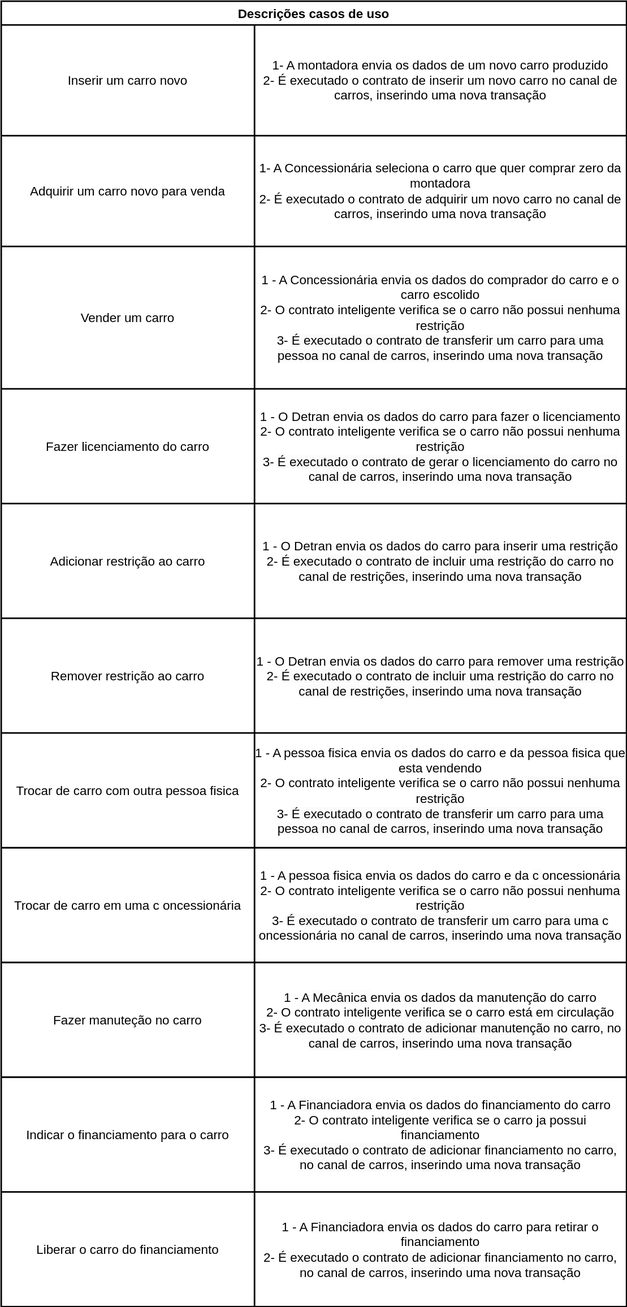
The draw.io diagram docs/diagrams/uml/use_cases_descriptions.drawio.svg in yurihartmann/car_lifes_cycle_hyperledger_fabric, before a commit. Source tidied: cells renumbered, new cells last; positions are measured from the earlier drawing's top-left corner, leaving out a move shared by most shapes.
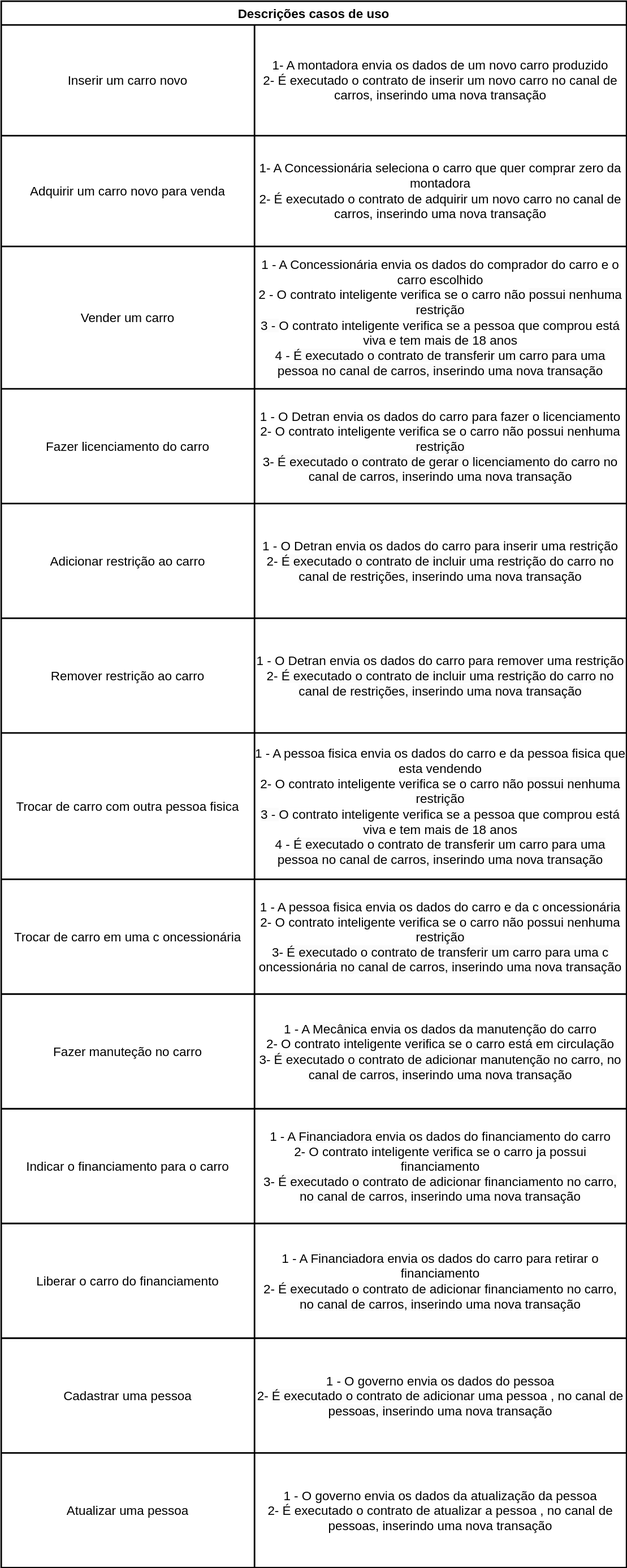
After the commit.

Change to the diagram source:
```diff
@@ -3,7 +3,7 @@
     <mxCell id="0" />
     <mxCell id="1" parent="0" />
     <mxCell id="2" value="Descrições casos de uso" style="shape=table;startSize=30;fontStyle=1;align=center;fontSize=16;fillStyle=auto;strokeWidth=2;" parent="1" vertex="1">
-      <mxGeometry width="790" height="1650" as="geometry" />
+      <mxGeometry width="790" height="1980" as="geometry" />
     </mxCell>
     <mxCell id="3" style="shape=tableRow;horizontal=0;startSize=0;swimlaneHead=0;swimlaneBody=0;top=0;left=0;bottom=0;right=0;fillColor=none;fontSize=16;" parent="2" vertex="1">
       <mxGeometry y="30" width="790" height="140" as="geometry" />
@@ -29,7 +29,7 @@
     <mxCell id="10" value="Vender um carro" style="shape=partialRectangle;html=1;whiteSpace=wrap;fillColor=none;top=0;left=0;bottom=0;right=0;overflow=hidden;fontSize=16;" parent="9" vertex="1">
       <mxGeometry width="320" height="180" as="geometry" />
     </mxCell>
-    <mxCell id="11" value="1 - A&amp;nbsp;&lt;span style=&quot;border-color: var(--border-color); background-color: rgb(255, 255, 255);&quot;&gt;Concessionária envia os dados do comprador do carro e o carro escolido&lt;br&gt;2- O contrato inteligente verifica se o carro não&amp;nbsp;&lt;span style=&quot;background-color: rgb(251, 251, 251);&quot;&gt;possui nenhuma restrição&lt;br&gt;&lt;/span&gt;3-&amp;nbsp;&lt;span style=&quot;background-color: rgb(251, 251, 251);&quot;&gt;É executado o contrato de transferir um carro para uma pessoa no canal de carros, inserindo uma nova transação&lt;/span&gt;&lt;br&gt;&lt;/span&gt;" style="shape=partialRectangle;html=1;whiteSpace=wrap;fillColor=none;top=0;left=0;bottom=0;right=0;overflow=hidden;fontSize=16;" parent="9" vertex="1">
+    <mxCell id="11" value="1 - A&amp;nbsp;&lt;span style=&quot;border-color: var(--border-color); background-color: rgb(255, 255, 255);&quot;&gt;Concessionária envia os dados do comprador do carro e o carro escolhido&lt;br&gt;2 - O contrato inteligente verifica se o carro não&amp;nbsp;&lt;span style=&quot;background-color: rgb(251, 251, 251);&quot;&gt;possui nenhuma restrição&lt;br&gt;3 -&amp;nbsp;&lt;/span&gt;O contrato inteligente verifica se a pessoa que comprou está viva e tem mais de 18 anos&lt;span style=&quot;background-color: rgb(251, 251, 251);&quot;&gt;&lt;br&gt;&lt;/span&gt;4 -&amp;nbsp;&lt;span style=&quot;background-color: rgb(251, 251, 251);&quot;&gt;É executado o contrato de transferir um carro para uma pessoa no canal de carros, inserindo uma nova transação&lt;/span&gt;&lt;br&gt;&lt;/span&gt;" style="shape=partialRectangle;html=1;whiteSpace=wrap;fillColor=none;top=0;left=0;bottom=0;right=0;overflow=hidden;fontSize=16;" parent="9" vertex="1">
       <mxGeometry x="320" width="470" height="180" as="geometry" />
     </mxCell>
     <mxCell id="12" style="shape=tableRow;horizontal=0;startSize=0;swimlaneHead=0;swimlaneBody=0;top=0;left=0;bottom=0;right=0;fillColor=none;fontSize=16;" parent="2" vertex="1">
@@ -60,16 +60,16 @@
       <mxGeometry x="320" width="470" height="145" as="geometry" />
     </mxCell>
     <mxCell id="21" style="shape=tableRow;horizontal=0;startSize=0;swimlaneHead=0;swimlaneBody=0;top=0;left=0;bottom=0;right=0;fillColor=none;fontSize=16;" parent="2" vertex="1">
-      <mxGeometry y="925" width="790" height="145" as="geometry" />
+      <mxGeometry y="925" width="790" height="185" as="geometry" />
     </mxCell>
     <mxCell id="22" value="Trocar de carro com outra pessoa fisica" style="shape=partialRectangle;html=1;whiteSpace=wrap;fillColor=none;top=0;left=0;bottom=0;right=0;overflow=hidden;fontSize=16;" parent="21" vertex="1">
-      <mxGeometry width="320" height="145" as="geometry" />
+      <mxGeometry width="320" height="185" as="geometry" />
     </mxCell>
-    <mxCell id="23" value="1 - A pessoa fisica&lt;span style=&quot;border-color: var(--border-color); background-color: rgb(255, 255, 255);&quot;&gt;&amp;nbsp;envia os dados do carro e da pessoa fisica que esta vendendo&lt;span style=&quot;border-color: var(--border-color); background-color: rgb(251, 251, 251);&quot;&gt;&lt;br style=&quot;border-color: var(--border-color);&quot;&gt;&lt;/span&gt;2- O contrato inteligente verifica se o carro não&amp;nbsp;&lt;span style=&quot;border-color: var(--border-color); background-color: rgb(251, 251, 251);&quot;&gt;possui nenhuma restrição&lt;br style=&quot;border-color: var(--border-color);&quot;&gt;&lt;/span&gt;3-&amp;nbsp;&lt;span style=&quot;border-color: var(--border-color); background-color: rgb(251, 251, 251);&quot;&gt;É executado o contrato de transferir um carro para uma pessoa no canal de carros, inserindo uma nova transação&lt;/span&gt;&lt;br&gt;&lt;/span&gt;" style="shape=partialRectangle;html=1;whiteSpace=wrap;fillColor=none;top=0;left=0;bottom=0;right=0;overflow=hidden;fontSize=16;" parent="21" vertex="1">
-      <mxGeometry x="320" width="470" height="145" as="geometry" />
+    <mxCell id="23" value="1 - A pessoa fisica&lt;span style=&quot;border-color: var(--border-color); background-color: rgb(255, 255, 255);&quot;&gt;&amp;nbsp;envia os dados do carro e da pessoa fisica que esta vendendo&lt;span style=&quot;border-color: var(--border-color); background-color: rgb(251, 251, 251);&quot;&gt;&lt;br style=&quot;border-color: var(--border-color);&quot;&gt;&lt;/span&gt;2- O contrato inteligente verifica se o carro não&amp;nbsp;&lt;span style=&quot;border-color: var(--border-color); background-color: rgb(251, 251, 251);&quot;&gt;possui nenhuma restrição&lt;br&gt;&lt;span style=&quot;border-color: var(--border-color);&quot;&gt;3 -&amp;nbsp;&lt;/span&gt;&lt;span style=&quot;background-color: rgb(255, 255, 255);&quot;&gt;O contrato inteligente verifica se a pessoa que comprou está viva e tem mais de 18 anos&lt;/span&gt;&lt;br style=&quot;border-color: var(--border-color);&quot;&gt;&lt;/span&gt;4 -&amp;nbsp;&lt;span style=&quot;border-color: var(--border-color); background-color: rgb(251, 251, 251);&quot;&gt;É executado o contrato de transferir um carro para uma pessoa no canal de carros, inserindo uma nova transação&lt;/span&gt;&lt;br&gt;&lt;/span&gt;" style="shape=partialRectangle;html=1;whiteSpace=wrap;fillColor=none;top=0;left=0;bottom=0;right=0;overflow=hidden;fontSize=16;" parent="21" vertex="1">
+      <mxGeometry x="320" width="470" height="185" as="geometry" />
     </mxCell>
     <mxCell id="24" style="shape=tableRow;horizontal=0;startSize=0;swimlaneHead=0;swimlaneBody=0;top=0;left=0;bottom=0;right=0;fillColor=none;fontSize=16;" parent="2" vertex="1">
-      <mxGeometry y="1070" width="790" height="145" as="geometry" />
+      <mxGeometry y="1110" width="790" height="145" as="geometry" />
     </mxCell>
     <mxCell id="25" value="Trocar de carro em uma c&lt;span style=&quot;border-color: var(--border-color); background-color: rgb(255, 255, 255); font-size: 16px;&quot;&gt;&lt;font style=&quot;border-color: var(--border-color); font-size: 16px;&quot;&gt;oncessionária&lt;/font&gt;&lt;/span&gt;" style="shape=partialRectangle;html=1;whiteSpace=wrap;fillColor=none;top=0;left=0;bottom=0;right=0;overflow=hidden;fontSize=16;" parent="24" vertex="1">
       <mxGeometry width="320" height="145" as="geometry" />
@@ -78,7 +78,7 @@
       <mxGeometry x="320" width="470" height="145" as="geometry" />
     </mxCell>
     <mxCell id="27" style="shape=tableRow;horizontal=0;startSize=0;swimlaneHead=0;swimlaneBody=0;top=0;left=0;bottom=0;right=0;fillColor=none;fontSize=16;" parent="2" vertex="1">
-      <mxGeometry y="1215" width="790" height="145" as="geometry" />
+      <mxGeometry y="1255" width="790" height="145" as="geometry" />
     </mxCell>
     <mxCell id="28" value="Fazer manuteção no carro" style="shape=partialRectangle;html=1;whiteSpace=wrap;fillColor=none;top=0;left=0;bottom=0;right=0;overflow=hidden;fontSize=16;" parent="27" vertex="1">
       <mxGeometry width="320" height="145" as="geometry" />
@@ -87,7 +87,7 @@
       <mxGeometry x="320" width="470" height="145" as="geometry" />
     </mxCell>
     <mxCell id="30" style="shape=tableRow;horizontal=0;startSize=0;swimlaneHead=0;swimlaneBody=0;top=0;left=0;bottom=0;right=0;fillColor=none;fontSize=16;" parent="2" vertex="1">
-      <mxGeometry y="1360" width="790" height="145" as="geometry" />
+      <mxGeometry y="1400" width="790" height="145" as="geometry" />
     </mxCell>
     <mxCell id="31" value="Indicar o financiamento para o carro" style="shape=partialRectangle;html=1;whiteSpace=wrap;fillColor=none;top=0;left=0;bottom=0;right=0;overflow=hidden;fontSize=16;" parent="30" vertex="1">
       <mxGeometry width="320" height="145" as="geometry" />
@@ -96,7 +96,7 @@
       <mxGeometry x="320" width="470" height="145" as="geometry" />
     </mxCell>
     <mxCell id="33" style="shape=tableRow;horizontal=0;startSize=0;swimlaneHead=0;swimlaneBody=0;top=0;left=0;bottom=0;right=0;fillColor=none;fontSize=16;" parent="2" vertex="1">
-      <mxGeometry y="1505" width="790" height="145" as="geometry" />
+      <mxGeometry y="1545" width="790" height="145" as="geometry" />
     </mxCell>
     <mxCell id="34" value="Liberar o carro do financiamento" style="shape=partialRectangle;html=1;whiteSpace=wrap;fillColor=none;top=0;left=0;bottom=0;right=0;overflow=hidden;fontSize=16;" parent="33" vertex="1">
       <mxGeometry width="320" height="145" as="geometry" />
@@ -104,5 +104,23 @@
     <mxCell id="35" value="1 - A&amp;nbsp;&lt;span style=&quot;border-color: var(--border-color); background-color: rgb(255, 255, 255);&quot;&gt;&lt;span style=&quot;border-color: var(--border-color); background-color: rgb(251, 251, 251);&quot;&gt;Financiadora&lt;/span&gt;&amp;nbsp;envia os dados do carro para retirar o financiamento&lt;span style=&quot;border-color: var(--border-color); background-color: rgb(251, 251, 251);&quot;&gt;&lt;br style=&quot;border-color: var(--border-color);&quot;&gt;&lt;/span&gt;2-&amp;nbsp;&lt;span style=&quot;border-color: var(--border-color); background-color: rgb(251, 251, 251);&quot;&gt;É executado o contrato de adicionar&amp;nbsp;&lt;span style=&quot;border-color: var(--border-color); background-color: rgb(255, 255, 255);&quot;&gt;financiamento&lt;/span&gt;&amp;nbsp;no carro, no canal de carros, inserindo uma nova transação&lt;/span&gt;&lt;br&gt;&lt;/span&gt;" style="shape=partialRectangle;html=1;whiteSpace=wrap;fillColor=none;top=0;left=0;bottom=0;right=0;overflow=hidden;fontSize=16;" parent="33" vertex="1">
       <mxGeometry x="320" width="470" height="145" as="geometry" />
     </mxCell>
+    <mxCell id="36" style="shape=tableRow;horizontal=0;startSize=0;swimlaneHead=0;swimlaneBody=0;top=0;left=0;bottom=0;right=0;fillColor=none;fontSize=16;" parent="2" vertex="1">
+      <mxGeometry y="1690" width="790" height="145" as="geometry" />
+    </mxCell>
+    <mxCell id="37" value="Cadastrar uma pessoa" style="shape=partialRectangle;html=1;whiteSpace=wrap;fillColor=none;top=0;left=0;bottom=0;right=0;overflow=hidden;fontSize=16;" parent="36" vertex="1">
+      <mxGeometry width="320" height="145" as="geometry" />
+    </mxCell>
+    <mxCell id="38" value="1 - O governo&lt;span style=&quot;border-color: var(--border-color);&quot;&gt;&lt;span style=&quot;background-color: rgb(255, 255, 255);&quot;&gt;&amp;nbsp;envia os dados do pessoa&lt;/span&gt;&lt;span style=&quot;background-color: rgb(251, 251, 251); border-color: var(--border-color);&quot;&gt;&lt;br style=&quot;border-color: var(--border-color);&quot;&gt;&lt;/span&gt;&lt;span style=&quot;background-color: rgb(255, 255, 255);&quot;&gt;2-&amp;nbsp;&lt;/span&gt;&lt;span style=&quot;background-color: rgb(251, 251, 251); border-color: var(--border-color);&quot;&gt;É executado o contrato de adicionar &lt;/span&gt;&lt;span style=&quot;border-color: var(--border-color);&quot;&gt;&lt;span style=&quot;background-color: rgb(255, 255, 255);&quot;&gt;uma pessoa&lt;/span&gt;&lt;span style=&quot;background-color: rgb(251, 251, 251);&quot;&gt;, no canal de pessoas, inserindo uma nova transação&lt;/span&gt;&lt;/span&gt;&lt;/span&gt;" style="shape=partialRectangle;html=1;whiteSpace=wrap;fillColor=none;top=0;left=0;bottom=0;right=0;overflow=hidden;fontSize=16;" parent="36" vertex="1">
+      <mxGeometry x="320" width="470" height="145" as="geometry" />
+    </mxCell>
+    <mxCell id="39" style="shape=tableRow;horizontal=0;startSize=0;swimlaneHead=0;swimlaneBody=0;top=0;left=0;bottom=0;right=0;fillColor=none;fontSize=16;" parent="2" vertex="1">
+      <mxGeometry y="1835" width="790" height="145" as="geometry" />
+    </mxCell>
+    <mxCell id="40" value="Atualizar uma pessoa" style="shape=partialRectangle;html=1;whiteSpace=wrap;fillColor=none;top=0;left=0;bottom=0;right=0;overflow=hidden;fontSize=16;" parent="39" vertex="1">
+      <mxGeometry width="320" height="145" as="geometry" />
+    </mxCell>
+    <mxCell id="41" value="1 - O governo&lt;span style=&quot;border-color: var(--border-color);&quot;&gt;&lt;span style=&quot;border-color: var(--border-color); background-color: rgb(255, 255, 255);&quot;&gt;&amp;nbsp;envia os dados da atualização da pessoa&lt;/span&gt;&lt;span style=&quot;border-color: var(--border-color);&quot;&gt;&lt;br style=&quot;border-color: var(--border-color);&quot;&gt;&lt;/span&gt;&lt;span style=&quot;border-color: var(--border-color); background-color: rgb(255, 255, 255);&quot;&gt;2-&amp;nbsp;&lt;/span&gt;&lt;span style=&quot;border-color: var(--border-color);&quot;&gt;É executado o contrato de atualizar&amp;nbsp;&lt;/span&gt;&lt;span style=&quot;border-color: var(--border-color);&quot;&gt;&lt;span style=&quot;border-color: var(--border-color); background-color: rgb(255, 255, 255);&quot;&gt;a pessoa&lt;/span&gt;&lt;span style=&quot;border-color: var(--border-color);&quot;&gt;, no canal de pessoas, inserindo uma nova transação&lt;/span&gt;&lt;/span&gt;&lt;/span&gt;" style="shape=partialRectangle;html=1;whiteSpace=wrap;fillColor=none;top=0;left=0;bottom=0;right=0;overflow=hidden;fontSize=16;" parent="39" vertex="1">
+      <mxGeometry x="320" width="470" height="145" as="geometry" />
+    </mxCell>
   </root>
 </mxGraphModel>
```
